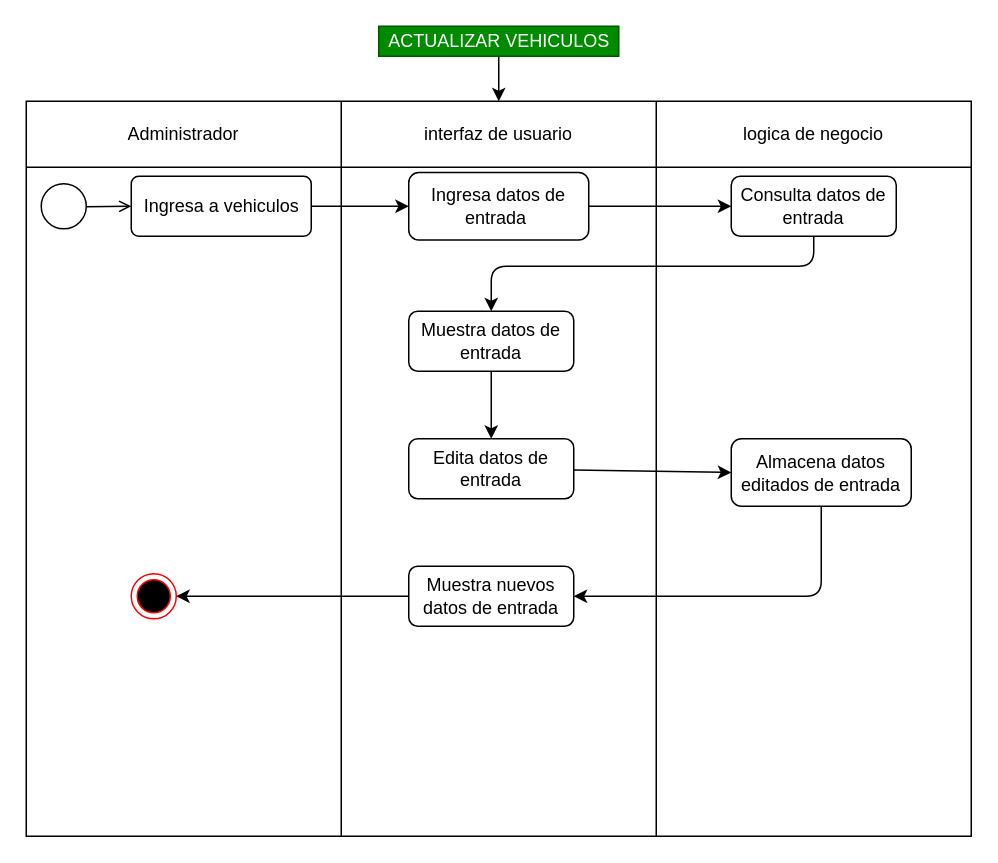
Above: Diagramas_Actividad/DAA.15.2.drawio in DavidArtavia/Activity_Diagram- (draw.io), before the change. Source tidied: cells renumbered, new cells numbered last; positions are measured from the earlier drawing's top-left corner, leaving out a move shared by most shapes. Both pictures are drawn from the tidied source at 150%, with x=0, y=0 at pixel (26, 26).
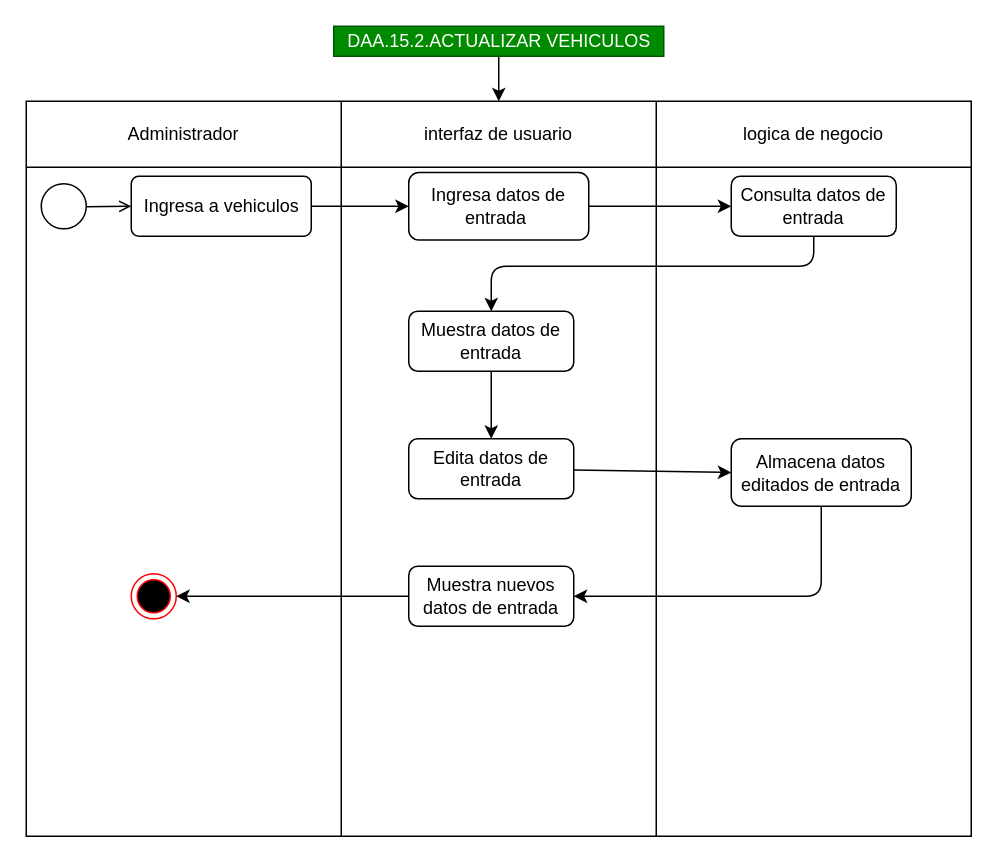
The same diagram, later.

Change to the diagram source:
```diff
@@
-    <mxCell id="19" value="ACTUALIZAR VEHICULOS" style="text;html=1;align=center;verticalAlign=middle;points=[];rounded=0;fillColor=#008a00;fontColor=#ffffff;strokeColor=#005700;" parent="1" vertex="1">
-      <mxGeometry x="235" width="160" height="20" as="geometry" />
+    <mxCell id="19" value="DAA.15.2.ACTUALIZAR VEHICULOS" style="text;html=1;align=center;verticalAlign=middle;points=[];rounded=0;fillColor=#008a00;fontColor=#ffffff;strokeColor=#005700;" parent="1" vertex="1">
+      <mxGeometry x="205" width="220" height="20" as="geometry" />
     </mxCell>
```
